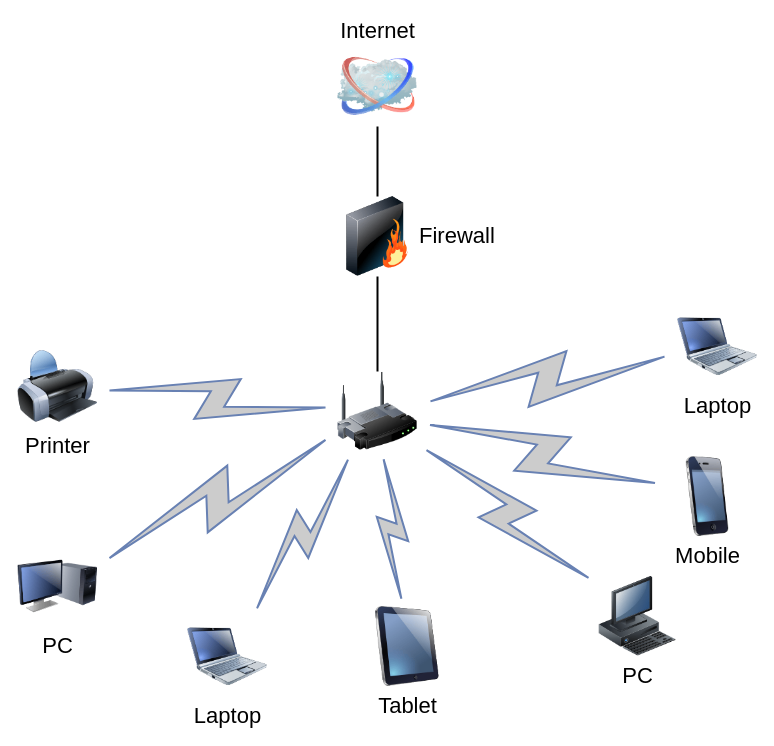
Earlier version of the draw.io diagram 单AP干扰原型环境架构示意图.drawio (zeandon/draw.io). Source tidied: cells renumbered, new cells numbered last; positions are measured from the earlier drawing's top-left corner, leaving out a move shared by most shapes. Both pictures are drawn from the tidied source at 100%, with x=0, y=0 at pixel (17, 46).
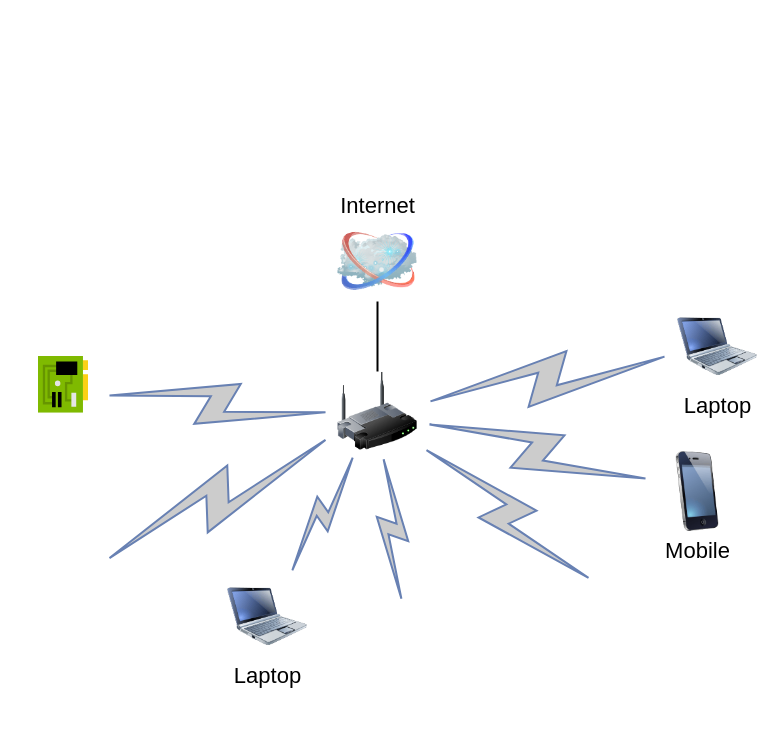
After the change.

Commit message:
更新单AP干扰原型环境架构示意图.drawio

The change refers to these unchanged cells:
```xml
<mxCell id="3" style="image;html=1;labelBackgroundColor=#ffffff;image=img/lib/clip_art/networking/Wireless_Router_128x128.png;rounded=1;shadow=0;comic=0;strokeWidth=2;fontSize=22;" parent="1" vertex="1">
  <mxGeometry x="320" y="325" width="80" height="80" as="geometry" />
</mxCell>
```

Diff of the diagram source:
```diff
@@
-    <mxCell id="2" style="edgeStyle=none;rounded=0;html=1;labelBackgroundColor=none;endArrow=none;strokeWidth=2;fontFamily=Verdana;fontSize=22;" parent="1" edge="1" source="3" target="6">
-      <mxGeometry relative="1" as="geometry" />
-    </mxCell>
@@
     <mxCell id="4" value="Internet" style="image;html=1;labelBackgroundColor=#ffffff;image=img/lib/clip_art/networking/Cloud_128x128.png;rounded=1;shadow=0;comic=0;strokeWidth=2;fontSize=22;labelPosition=center;verticalLabelPosition=top;align=center;verticalAlign=bottom;" parent="1" vertex="1">
-      <mxGeometry x="320" width="80" height="80" as="geometry" />
+      <mxGeometry x="320" y="175" width="80" height="80" as="geometry" />
     </mxCell>
-    <mxCell id="5" style="edgeStyle=none;rounded=0;html=1;labelBackgroundColor=none;endArrow=none;strokeWidth=2;fontFamily=Verdana;fontSize=22;" parent="1" edge="1" source="6" target="4">
-      <mxGeometry relative="1" as="geometry" />
+    <mxCell id="5" style="edgeStyle=none;rounded=0;html=1;labelBackgroundColor=none;endArrow=none;strokeWidth=2;fontFamily=Verdana;fontSize=22;" parent="1" edge="1" target="4">
+      <mxGeometry relative="1" as="geometry">
+        <mxPoint x="360" y="325" as="sourcePoint" />
+      </mxGeometry>
     </mxCell>
-    <mxCell id="6" value="Firewall" style="image;html=1;labelBackgroundColor=#ffffff;image=img/lib/clip_art/networking/Firewall_128x128.png;rounded=1;shadow=0;comic=0;strokeWidth=2;fontSize=22;labelPosition=right;verticalLabelPosition=middle;align=left;verticalAlign=middle;" parent="1" vertex="1">
-      <mxGeometry x="320" y="150" width="80" height="80" as="geometry" />
-    </mxCell>
-    <mxCell id="7" value="Tablet" style="image;html=1;labelBackgroundColor=#ffffff;image=img/lib/clip_art/computers/iPad_128x128.png;rounded=1;shadow=0;comic=0;strokeWidth=2;fontSize=22;" parent="1" vertex="1">
-      <mxGeometry x="350" y="560" width="80" height="80" as="geometry" />
-    </mxCell>
-    <mxCell id="8" value="PC" style="image;html=1;labelBackgroundColor=#ffffff;image=img/lib/clip_art/computers/Monitor_Tower_128x128.png;rounded=1;shadow=0;comic=0;strokeWidth=2;fontSize=22;" parent="1" vertex="1">
-      <mxGeometry y="500" width="80" height="80" as="geometry" />
-    </mxCell>
-    <mxCell id="9" value="Printer" style="image;html=1;labelBackgroundColor=#ffffff;image=img/lib/clip_art/computers/Printer_128x128.png;rounded=1;shadow=0;comic=0;strokeWidth=2;fontSize=22;" parent="1" vertex="1">
-      <mxGeometry y="300" width="80" height="80" as="geometry" />
-    </mxCell>
-    <mxCell id="10" value="PC" style="image;html=1;labelBackgroundColor=#ffffff;image=img/lib/clip_art/computers/Workstation_128x128.png;rounded=1;shadow=0;comic=0;strokeWidth=2;fontSize=22;" parent="1" vertex="1">
-      <mxGeometry x="580" y="530" width="80" height="80" as="geometry" />
-    </mxCell>
     <mxCell id="11" value="Mobile" style="image;html=1;labelBackgroundColor=#ffffff;image=img/lib/clip_art/telecommunication/iPhone_128x128.png;rounded=1;shadow=0;comic=0;strokeWidth=2;fontSize=22;" parent="1" vertex="1">
-      <mxGeometry x="650" y="410" width="80" height="80" as="geometry" />
+      <mxGeometry x="640" y="405" width="80" height="80" as="geometry" />
     </mxCell>
@@
     <mxCell id="13" value="Laptop" style="image;html=1;labelBackgroundColor=#ffffff;image=img/lib/clip_art/computers/Netbook_128x128.png;rounded=1;shadow=0;comic=0;strokeWidth=2;fontSize=22;" parent="1" vertex="1">
-      <mxGeometry x="170" y="570" width="80" height="80" as="geometry" />
+      <mxGeometry x="210" y="530" width="80" height="80" as="geometry" />
     </mxCell>
-    <mxCell id="14" style="html=1;fillColor=#CCCCCC;strokeColor=#6881B3;gradientColor=none;gradientDirection=north;strokeWidth=2;shape=mxgraph.networks.comm_link_edge;html=1;labelBackgroundColor=none;endArrow=none;fontFamily=Verdana;fontSize=22;fontColor=#000000;" parent="1" edge="1" source="9" target="3">
-      <mxGeometry relative="1" as="geometry" />
+    <mxCell id="14" style="html=1;fillColor=#CCCCCC;strokeColor=#6881B3;gradientColor=none;gradientDirection=north;strokeWidth=2;shape=mxgraph.networks.comm_link_edge;html=1;labelBackgroundColor=none;endArrow=none;fontFamily=Verdana;fontSize=22;fontColor=#000000;" parent="1" edge="1">
+      <mxGeometry relative="1" as="geometry">
+        <mxPoint x="80" y="348.1" as="sourcePoint" />
+        <mxPoint x="320" y="366.8" as="targetPoint" />
+        <Array as="points">
+          <mxPoint x="80" y="348.1" />
+          <mxPoint x="110" y="348.1" />
+        </Array>
+      </mxGeometry>
     </mxCell>
-    <mxCell id="15" style="html=1;fillColor=#CCCCCC;strokeColor=#6881B3;gradientColor=none;gradientDirection=north;strokeWidth=2;shape=mxgraph.networks.comm_link_edge;html=1;labelBackgroundColor=none;endArrow=none;fontFamily=Verdana;fontSize=22;fontColor=#000000;fontStyle=1;" parent="1" edge="1" source="8" target="3">
-      <mxGeometry relative="1" as="geometry" />
+    <mxCell id="15" style="html=1;fillColor=#CCCCCC;strokeColor=#6881B3;gradientColor=none;gradientDirection=north;strokeWidth=2;shape=mxgraph.networks.comm_link_edge;html=1;labelBackgroundColor=none;endArrow=none;fontFamily=Verdana;fontSize=22;fontColor=#000000;fontStyle=1;" parent="1" edge="1" target="3">
+      <mxGeometry relative="1" as="geometry">
+        <mxPoint x="80" y="518.1" as="sourcePoint" />
+      </mxGeometry>
     </mxCell>
@@
-    <mxCell id="17" style="html=1;fillColor=#CCCCCC;strokeColor=#6881B3;gradientColor=none;gradientDirection=north;strokeWidth=2;shape=mxgraph.networks.comm_link_edge;html=1;labelBackgroundColor=none;endArrow=none;fontFamily=Verdana;fontSize=22;fontColor=#000000;" parent="1" edge="1" source="7" target="3">
-      <mxGeometry relative="1" as="geometry" />
+    <mxCell id="17" style="html=1;fillColor=#CCCCCC;strokeColor=#6881B3;gradientColor=none;gradientDirection=north;strokeWidth=2;shape=mxgraph.networks.comm_link_edge;html=1;labelBackgroundColor=none;endArrow=none;fontFamily=Verdana;fontSize=22;fontColor=#000000;" parent="1" edge="1" target="3">
+      <mxGeometry relative="1" as="geometry">
+        <mxPoint x="384.9" y="560" as="sourcePoint" />
+      </mxGeometry>
     </mxCell>
-    <mxCell id="18" style="html=1;fillColor=#CCCCCC;strokeColor=#6881B3;gradientColor=none;gradientDirection=north;strokeWidth=2;shape=mxgraph.networks.comm_link_edge;html=1;labelBackgroundColor=none;endArrow=none;fontFamily=Verdana;fontSize=22;fontColor=#000000;" parent="1" edge="1" source="10" target="3">
-      <mxGeometry relative="1" as="geometry" />
+    <mxCell id="18" style="html=1;fillColor=#CCCCCC;strokeColor=#6881B3;gradientColor=none;gradientDirection=north;strokeWidth=2;shape=mxgraph.networks.comm_link_edge;html=1;labelBackgroundColor=none;endArrow=none;fontFamily=Verdana;fontSize=22;fontColor=#000000;" parent="1" edge="1" target="3">
+      <mxGeometry relative="1" as="geometry">
+        <mxPoint x="580" y="538.5" as="sourcePoint" />
+      </mxGeometry>
     </mxCell>
@@
+    <mxCell id="21" style="image;sketch=0;align=center;fontSize=22;image=img/lib/mscae/NetworkInterfaceCard.svg;textShadow=0;html=1;horizontal=1;labelPosition=center;verticalLabelPosition=bottom;verticalAlign=top;labelBackgroundColor=default;strokeWidth=2;" parent="1" vertex="1">
+      <mxGeometry x="21" y="310" width="50" height="56.8" as="geometry" />
+    </mxCell>
```
